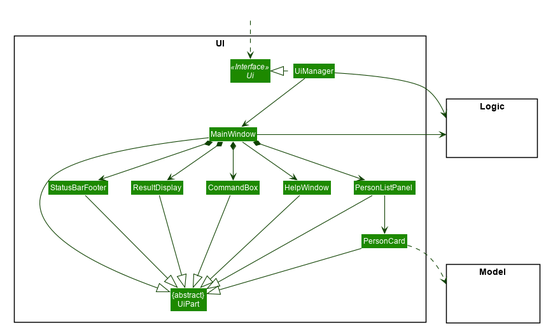
Earlier version of the PlantUML export docs/images/UiClassDiagram.png (nus-cs2103-AY1920S2/addressbook-level3).
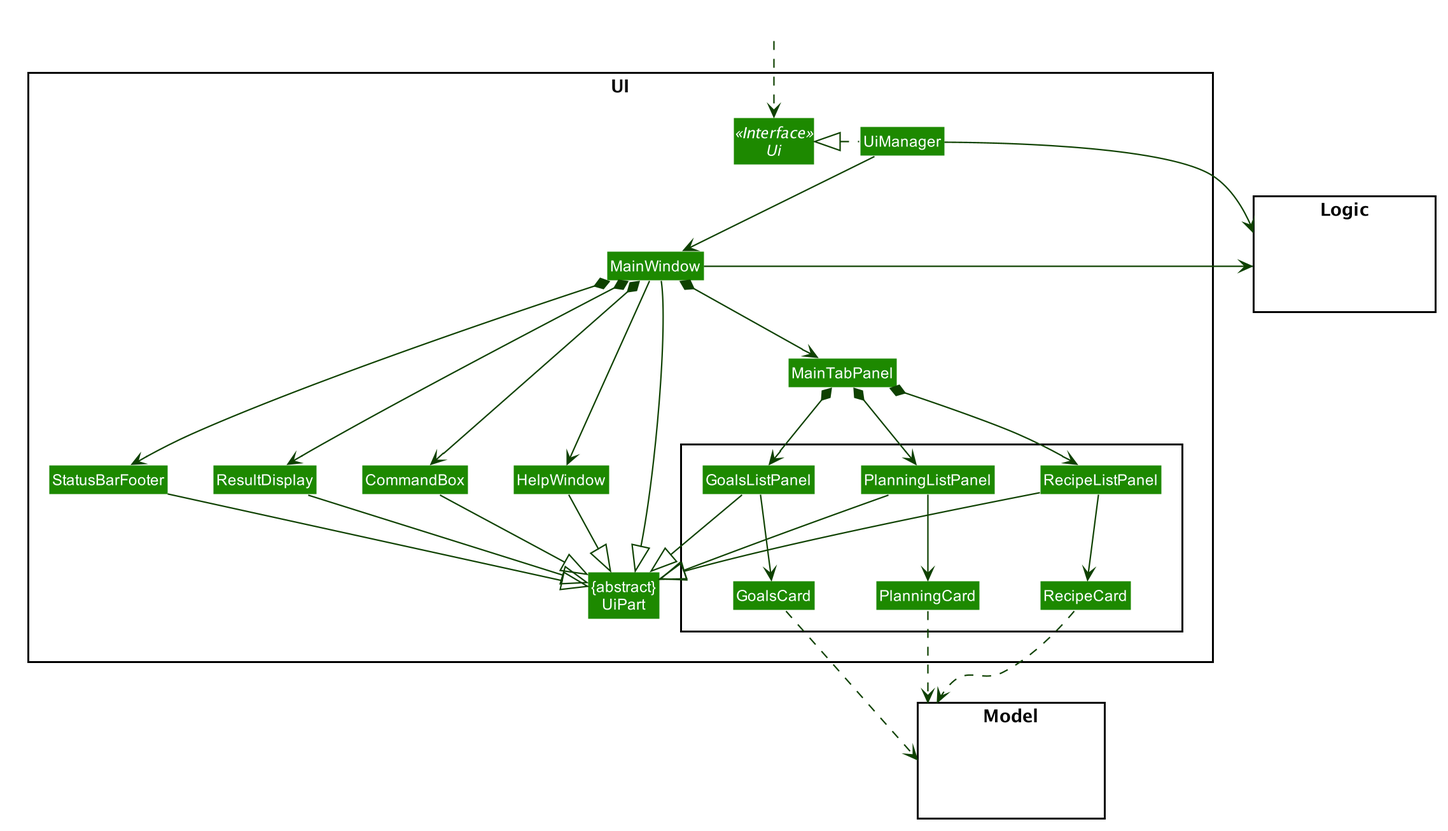
After the commit.

The edit, as a diff of the source:
```diff
@@ -52,17 +52,24 @@
 skinparam classBackgroundColor #1D8900
 
 package UI <<Rectangle>>{
-Interface Ui <<Interface>>
-Class "{abstract}\nUiPart" as UiPart
-Class UiManager
-Class MainWindow
-Class HelpWindow
-Class ResultDisplay
-Class PersonListPanel
-Class PersonCard
-Class StatusBarFooter
-Class CommandBox
-}
+ Interface Ui <<Interface>>
+ Class "{abstract}\nUiPart" as UiPart
+ Class UiManager
+ Class MainWindow
+ Class HelpWindow
+ Class ResultDisplay
+ Class StatusBarFooter
+ Class CommandBox
+ Class MainTabPanel
+ package {
+ Class RecipeListPanel
+ Class RecipeCard
+ Class PlanningListPanel
+ Class PlanningCard
+ Class GoalsListPanel
+ Class GoalsCard
+ }
+ }
 
 package Model <<Rectangle>> {
 Class HiddenModel #FFFFFF
@@ -80,25 +87,33 @@
 MainWindow --> HelpWindow
 MainWindow *-down-> CommandBox
 MainWindow *-down-> ResultDisplay
-MainWindow *-down-> PersonListPanel
 MainWindow *-down-> StatusBarFooter
+MainWindow *-down-> MainTabPanel
 
-PersonListPanel -down-> PersonCard
+MainTabPanel *-down-> RecipeListPanel
+RecipeListPanel -down-> RecipeCard
+MainTabPanel *-down-> PlanningListPanel
+PlanningListPanel -down-> PlanningCard
+MainTabPanel *-down-> GoalsListPanel
+GoalsListPanel -down-> GoalsCard
 
 MainWindow -left-|> UiPart
 
 ResultDisplay --|> UiPart
 CommandBox --|> UiPart
-PersonListPanel --|> UiPart
-PersonCard --|> UiPart
+RecipeListPanel --|> UiPart
+PlanningListPanel --|> UiPart
+GoalsListPanel  --|> UiPart
 StatusBarFooter --|> UiPart
 HelpWindow -down-|> UiPart
 
-PersonCard ..> Model
+RecipeCard .down.> Model
+PlanningCard .down.> Model
+GoalsCard .down.> Model
 UiManager -right-> Logic
 MainWindow -left-> Logic
 
-PersonListPanel -[hidden]left- HelpWindow
+RecipeListPanel -[hidden]left- HelpWindow
 HelpWindow -[hidden]left- CommandBox
 CommandBox -[hidden]left- ResultDisplay
 ResultDisplay -[hidden]left- StatusBarFooter
```
